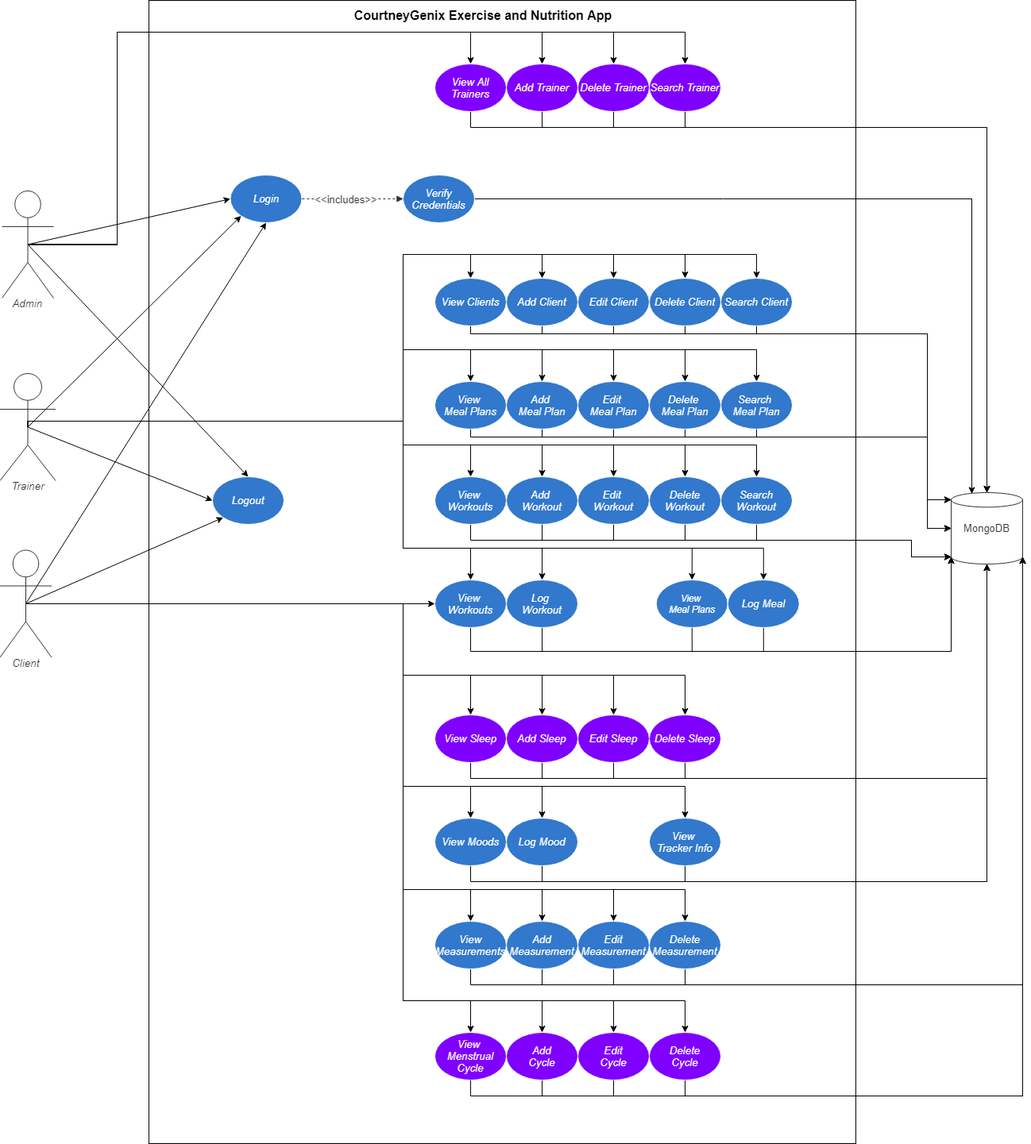
Above: CG-UseCase.png in glerichartwell/COP4331-Large-Project (draw.io), before the change. Source tidied: cells renumbered, new cells last; positions are measured from the earlier drawing's top-left corner, leaving out a move shared by most shapes.
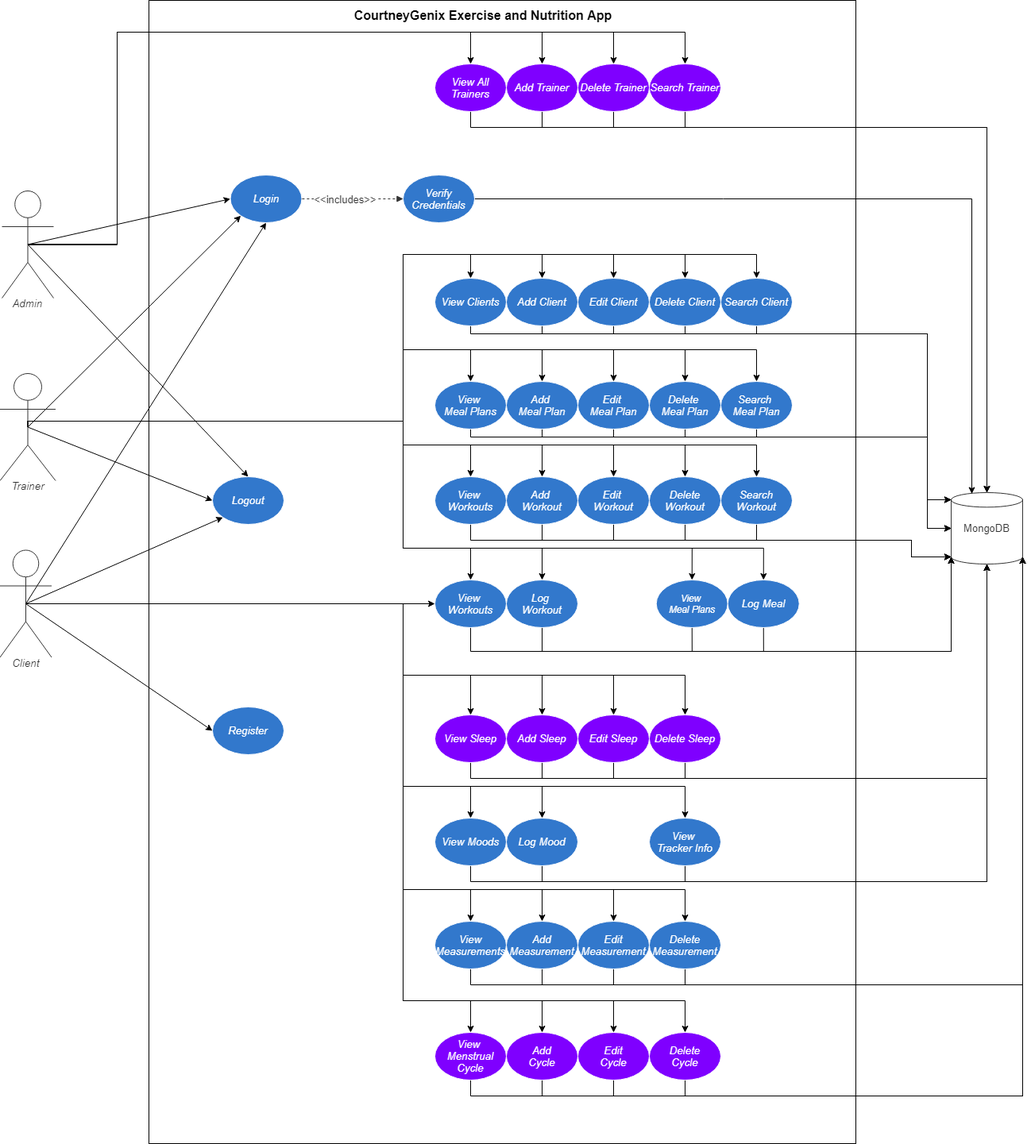
After the commit.

Diff of the diagram source:
```diff
@@ -364,6 +364,9 @@
     <mxCell id="46" style="edgeStyle=none;rounded=0;jettySize=auto;html=1;exitX=0.5;exitY=0.5;exitDx=0;exitDy=0;exitPerimeter=0;entryX=0.5;entryY=1;entryDx=0;entryDy=0;fontFamily=Helvetica;fontSize=16;" parent="1" edge="1" source="47" target="32">
       <mxGeometry relative="1" as="geometry" />
     </mxCell>
+    <mxCell id="135" style="edgeStyle=none;rounded=0;jettySize=auto;html=1;exitX=0.5;exitY=0.5;exitDx=0;exitDy=0;exitPerimeter=0;entryX=0;entryY=0.5;entryDx=0;entryDy=0;fontFamily=Helvetica;fontSize=16;" parent="1" edge="1" source="47" target="136">
+      <mxGeometry relative="1" as="geometry" />
+    </mxCell>
     <mxCell id="47" value="Client" style="html=1;overflow=block;blockSpacing=1;whiteSpace=wrap;shape=umlActor;labelPosition=center;verticalLabelPosition=bottom;verticalAlign=top;whiteSpace=nowrap;whiteSpace=wrap;fontSize=13.3;fontColor=#333333;fontStyle=2;spacing=0;strokeColor=#333333;strokeOpacity=100;rounded=1;absoluteArcSize=1;arcSize=7.5;fillColor=#ffffff;strokeWidth=0.8;" parent="1" vertex="1">
       <mxGeometry x="0.5" y="692.5" width="65" height="135" as="geometry" />
     </mxCell>
@@ -820,5 +823,8 @@
     <mxCell id="134" value="Logout" style="html=1;overflow=block;blockSpacing=1;whiteSpace=wrap;ellipse;whiteSpace=wrap;fontSize=13.3;fontColor=#ffffff;fontStyle=2;align=center;spacing=0;verticalAlign=middle;strokeColor=#ffffff;strokeOpacity=100;fillOpacity=100;rounded=1;absoluteArcSize=1;arcSize=7.5;fillColor=#3278cc;strokeWidth=0.8;" parent="1" vertex="1">
       <mxGeometry x="268" y="600" width="90" height="60" as="geometry" />
     </mxCell>
+    <mxCell id="136" value="Register" style="html=1;overflow=block;blockSpacing=1;whiteSpace=wrap;ellipse;whiteSpace=wrap;fontSize=13.3;fontColor=#ffffff;fontStyle=2;align=center;spacing=0;verticalAlign=middle;strokeColor=#ffffff;strokeOpacity=100;fillOpacity=100;rounded=1;absoluteArcSize=1;arcSize=7.5;fillColor=#3278cc;strokeWidth=0.8;" parent="1" vertex="1">
+      <mxGeometry x="268" y="890" width="90" height="60" as="geometry" />
+    </mxCell>
   </root>
 </mxGraphModel>
```
